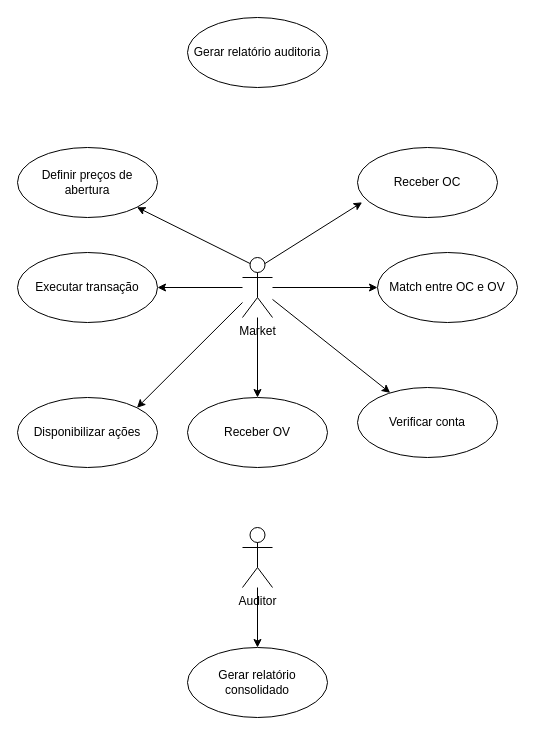
This is diagramaCasosDeUso.drawio from brunoorlandin/StockFEI-DealBroker, a draw.io file, before an edit. Source tidied: cells renumbered, new cells numbered last; positions are measured from the earlier drawing's top-left corner, leaving out a move shared by most shapes. Both pictures are drawn from the tidied source at 100%, with x=0, y=0 at pixel (17, 17).
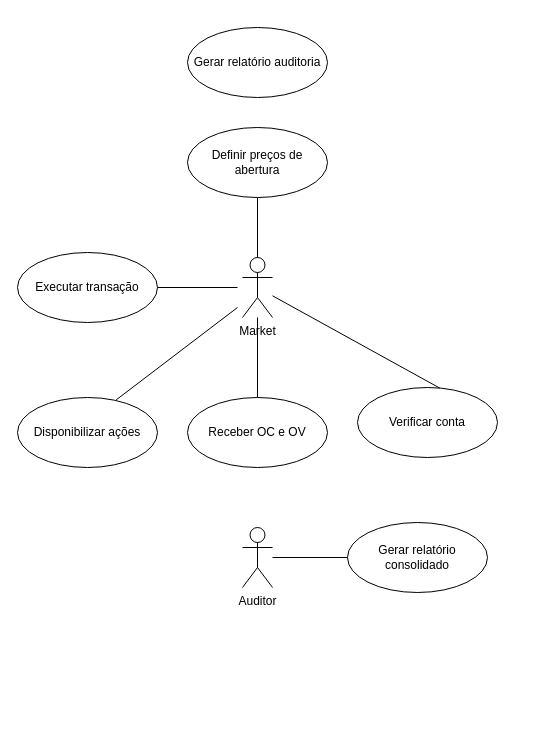
The same page after the edit.

The change refers to these unchanged cells:
```xml
<mxCell id="5" value="Market" style="shape=umlActor;verticalLabelPosition=bottom;verticalAlign=top;html=1;" parent="1" vertex="1">
  <mxGeometry x="225" y="240" width="30" height="60" as="geometry" />
</mxCell>
<mxCell id="6" value="Disponibilizar ações" style="ellipse;whiteSpace=wrap;html=1;" parent="1" vertex="1">
  <mxGeometry y="380" width="140" height="70" as="geometry" />
</mxCell>
<mxCell id="8" value="Auditor" style="shape=umlActor;verticalLabelPosition=bottom;verticalAlign=top;html=1;" parent="1" vertex="1">
  <mxGeometry x="225" y="510" width="30" height="60" as="geometry" />
</mxCell>
<mxCell id="13" value="Executar transação" style="ellipse;whiteSpace=wrap;html=1;" parent="1" vertex="1">
  <mxGeometry y="235" width="140" height="70" as="geometry" />
</mxCell>
<mxCell id="16" value="Verificar conta" style="ellipse;whiteSpace=wrap;html=1;" parent="1" vertex="1">
  <mxGeometry x="340" y="370" width="140" height="70" as="geometry" />
</mxCell>
```

Change to the diagram source:
```diff
@@
-    <mxCell id="2" style="edgeStyle=orthogonalEdgeStyle;rounded=0;jettySize=auto;html=1;entryX=1;entryY=0.5;entryDx=0;entryDy=0;" parent="1" edge="1" source="5" target="13">
-      <mxGeometry relative="1" as="geometry" />
-    </mxCell>
-    <mxCell id="3" style="edgeStyle=orthogonalEdgeStyle;rounded=0;jettySize=auto;html=1;" parent="1" edge="1" source="5" target="11">
-      <mxGeometry relative="1" as="geometry" />
-    </mxCell>
-    <mxCell id="4" style="edgeStyle=orthogonalEdgeStyle;rounded=0;jettySize=auto;html=1;" parent="1" edge="1" source="5" target="12">
-      <mxGeometry relative="1" as="geometry" />
-    </mxCell>
@@
-    <mxCell id="7" style="edgeStyle=orthogonalEdgeStyle;rounded=0;jettySize=auto;html=1;entryX=0.5;entryY=0;entryDx=0;entryDy=0;" parent="1" edge="1" source="8" target="14">
-      <mxGeometry relative="1" as="geometry" />
-    </mxCell>
@@
     <mxCell id="9" value="Definir preços de abertura" style="ellipse;whiteSpace=wrap;html=1;" parent="1" vertex="1">
-      <mxGeometry y="130" width="140" height="70" as="geometry" />
+      <mxGeometry x="170" y="110" width="140" height="70" as="geometry" />
     </mxCell>
-    <mxCell id="10" value="Receber OC" style="ellipse;whiteSpace=wrap;html=1;" parent="1" vertex="1">
-      <mxGeometry x="340" y="130" width="140" height="70" as="geometry" />
-    </mxCell>
-    <mxCell id="11" value="Receber OV" style="ellipse;whiteSpace=wrap;html=1;" parent="1" vertex="1">
+    <mxCell id="11" value="Receber OC e OV" style="ellipse;whiteSpace=wrap;html=1;" parent="1" vertex="1">
       <mxGeometry x="170" y="380" width="140" height="70" as="geometry" />
     </mxCell>
-    <mxCell id="12" value="Match entre OC e OV" style="ellipse;whiteSpace=wrap;html=1;" parent="1" vertex="1">
-      <mxGeometry x="360" y="235" width="140" height="70" as="geometry" />
-    </mxCell>
@@
     <mxCell id="14" value="Gerar relatório consolidado" style="ellipse;whiteSpace=wrap;html=1;" parent="1" vertex="1">
-      <mxGeometry x="170" y="630" width="140" height="70" as="geometry" />
+      <mxGeometry x="330" y="505" width="140" height="70" as="geometry" />
     </mxCell>
     <mxCell id="15" value="Gerar relatório auditoria" style="ellipse;whiteSpace=wrap;html=1;" parent="1" vertex="1">
-      <mxGeometry x="170" width="140" height="70" as="geometry" />
+      <mxGeometry x="170" y="10" width="140" height="70" as="geometry" />
     </mxCell>
@@
-    <mxCell id="17" style="edgeStyle=orthogonalEdgeStyle;rounded=0;orthogonalLoop=1;jettySize=auto;html=1;exitX=0.5;exitY=1;exitDx=0;exitDy=0;" parent="1" edge="1" source="12" target="12">
-      <mxGeometry relative="1" as="geometry" />
+    <mxCell id="17" style="edgeStyle=orthogonalEdgeStyle;rounded=0;orthogonalLoop=1;jettySize=auto;html=1;exitX=0.5;exitY=1;exitDx=0;exitDy=0;" parent="1" edge="1">
+      <mxGeometry relative="1" as="geometry">
+        <mxPoint x="130" y="70" as="sourcePoint" />
+        <mxPoint x="130" y="70" as="targetPoint" />
+      </mxGeometry>
     </mxCell>
-    <mxCell id="18" style="endArrow=classic;html=1;rounded=0;exitX=0.75;exitY=0.1;exitDx=0;exitDy=0;exitPerimeter=0;entryX=0.033;entryY=0.783;entryDx=0;entryDy=0;entryPerimeter=0;" parent="1" edge="1" source="5" target="10">
-      <mxGeometry relative="1" as="geometry" />
-    </mxCell>
-    <mxCell id="19" style="endArrow=classic;html=1;rounded=0;exitX=0.25;exitY=0.1;exitDx=0;exitDy=0;exitPerimeter=0;entryX=1;entryY=1;entryDx=0;entryDy=0;" parent="1" edge="1" source="5" target="9">
-      <mxGeometry relative="1" as="geometry" />
-    </mxCell>
-    <mxCell id="20" style="endArrow=classic;html=1;rounded=0;entryX=1;entryY=0;entryDx=0;entryDy=0;" parent="1" edge="1" source="5" target="6">
-      <mxGeometry relative="1" as="geometry" />
-    </mxCell>
+    <mxCell id="22" style="endArrow=none;html=1;rounded=0;exitX=0.705;exitY=0.034;exitDx=0;exitDy=0;exitPerimeter=0;" parent="1" edge="1" source="6">
+      <mxGeometry relative="1" as="geometry">
+        <mxPoint x="220" y="290" as="targetPoint" />
+      </mxGeometry>
+    </mxCell>
+    <mxCell id="23" style="endArrow=none;html=1;rounded=0;exitX=1;exitY=0.5;exitDx=0;exitDy=0;" parent="1" edge="1" source="13">
+      <mxGeometry relative="1" as="geometry">
+        <mxPoint x="220" y="270" as="targetPoint" />
+      </mxGeometry>
+    </mxCell>
-    <mxCell id="21" style="endArrow=classic;html=1;rounded=0;" parent="1" edge="1" source="5" target="16">
+    <mxCell id="21" style="endArrow=none;html=1;rounded=0;entryX=0.588;entryY=0.009;entryDx=0;entryDy=0;entryPerimeter=0;" parent="1" edge="1" source="5" target="16">
       <mxGeometry relative="1" as="geometry" />
     </mxCell>
+    <mxCell id="24" style="endArrow=none;html=1;rounded=0;exitX=0.5;exitY=0;exitDx=0;exitDy=0;" parent="1" edge="1" source="11" target="5">
+      <mxGeometry relative="1" as="geometry" />
+    </mxCell>
+    <mxCell id="7" style="endArrow=none;html=1;rounded=0;" parent="1" edge="1" source="8" target="14">
+      <mxGeometry relative="1" as="geometry" />
+    </mxCell>
+    <mxCell id="25" style="endArrow=none;html=1;rounded=0;exitX=0.5;exitY=1;exitDx=0;exitDy=0;entryX=0.5;entryY=0;entryDx=0;entryDy=0;entryPerimeter=0;" parent="1" edge="1" source="9" target="5">
+      <mxGeometry relative="1" as="geometry" />
+    </mxCell>
```
